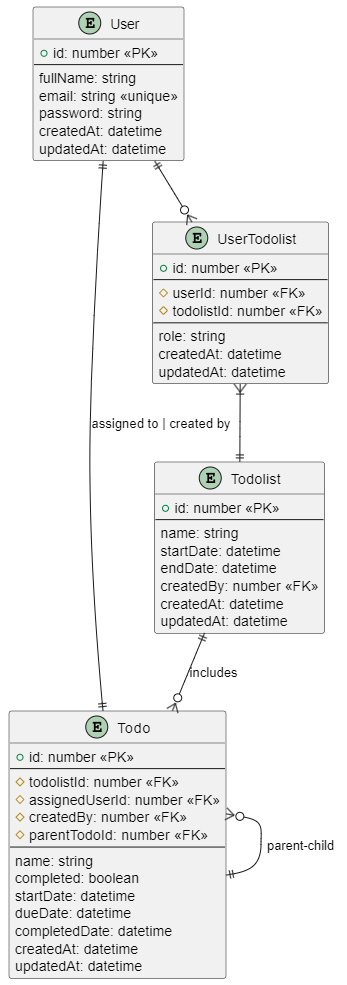
Before: erd.png, a diagram exported from PlantUML (nthanq2505/nextjs-todoapp). Its source is kept beside it as erd.pu.
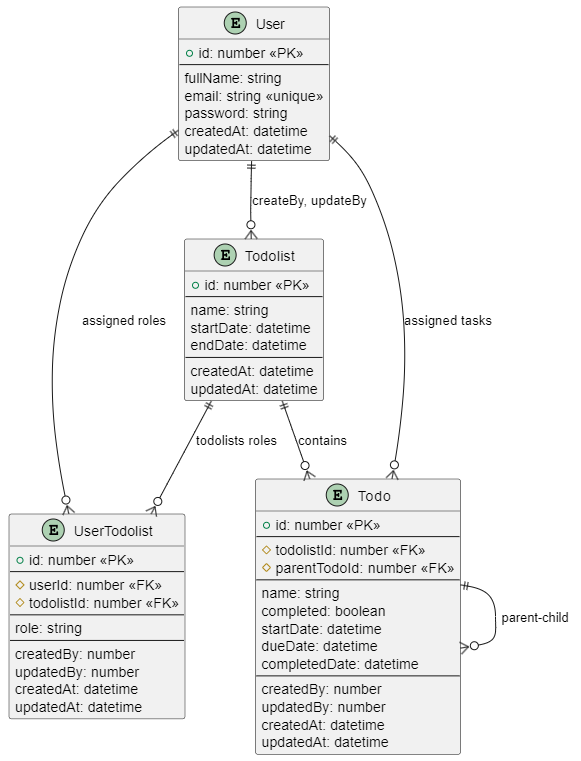
After the commit.

What changed in the source:
```diff
@@ -10,6 +10,17 @@
     updatedAt: datetime
 }
 
+entity "Todolist" as todolist {
+    + id: number <<PK>>
+    --
+    name: string
+    startDate: datetime
+    endDate: datetime
+    --
+    createdAt: datetime
+    updatedAt: datetime
+}
+
 entity "UserTodolist" as user_todolist {
     + id: number <<PK>>
     --
@@ -17,17 +28,9 @@
     # todolistId: number <<FK>>
     --
     role: string
-    createdAt: datetime
-    updatedAt: datetime
-}
-
-entity "Todolist" as todolist {
-    + id: number <<PK>>
     --
-    name: string
-    startDate: datetime
-    endDate: datetime
-    createdBy: number <<FK>>
+    createdBy: number
+    updatedBy: number
     createdAt: datetime
     updatedAt: datetime
 }
@@ -36,8 +39,6 @@
     + id: number <<PK>>
     --
     # todolistId: number <<FK>>
-    # assignedUserId: number <<FK>>
-    # createdBy: number <<FK>>
     # parentTodoId: number <<FK>>
     --
     name: string
@@ -45,13 +46,20 @@
     startDate: datetime
     dueDate: datetime
     completedDate: datetime
+    --
+    createdBy: number
+    updatedBy: number
     createdAt: datetime
     updatedAt: datetime
 }
 
-user ||--o{ user_todolist
-user_todolist }|--|| todolist
-todolist ||--o{ todo : includes
-user ||--|| todo : "assigned to | created by"
-todo }o-|| todo : "parent-child"
+user ||--o{ todolist: createBy, updateBy
+user ||--o{ user_todolist: assigned roles
+user ||--o{ todo: assigned tasks
+
+todolist ||--o{ todo: contains
+todolist ||--o{ user_todolist: todolists roles
+
+todo ||--o{ todo: parent-child
+
 @enduml
```
